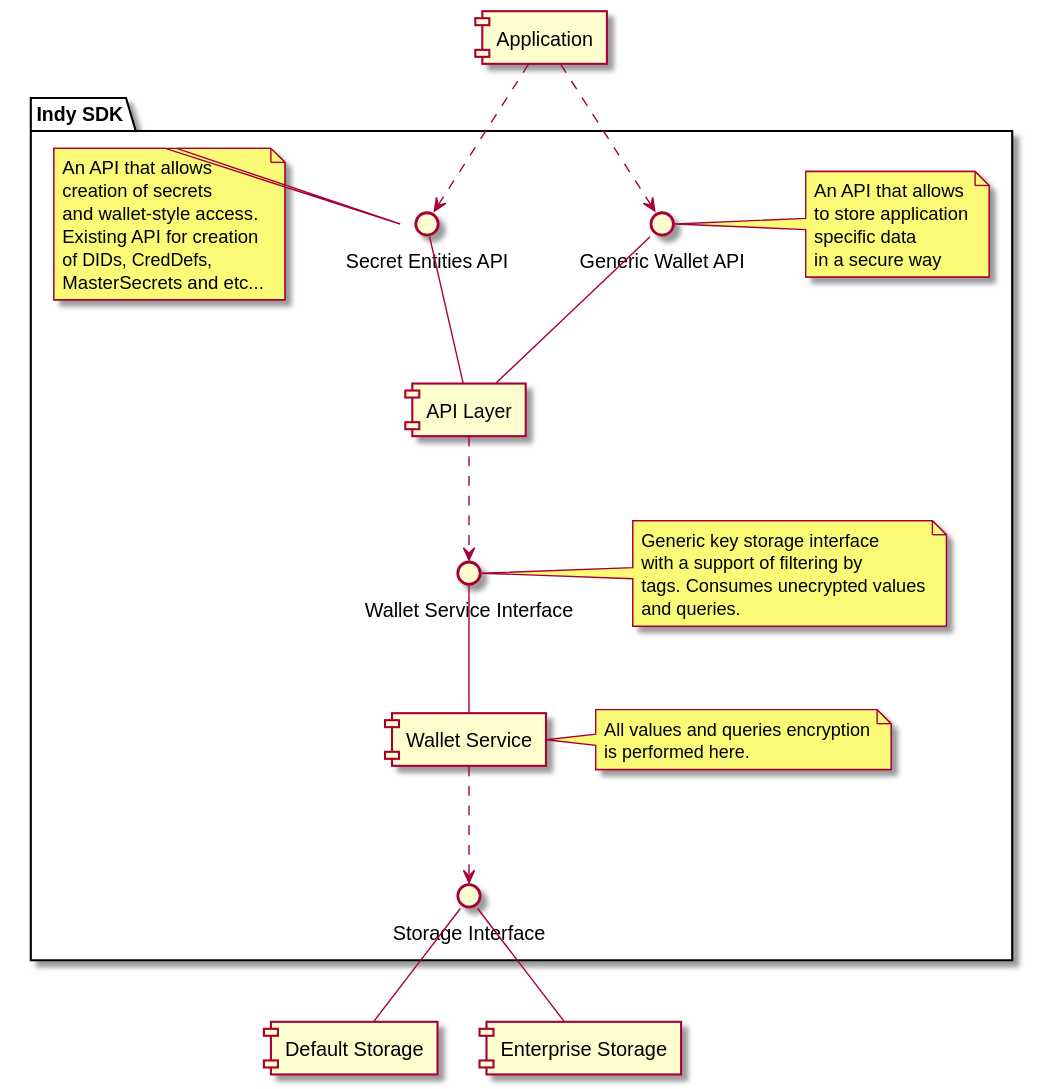
Before: doc/design/wallet/wallet-components.svg, a diagram exported from PlantUML (hyperledger-archives/indy-sdk).
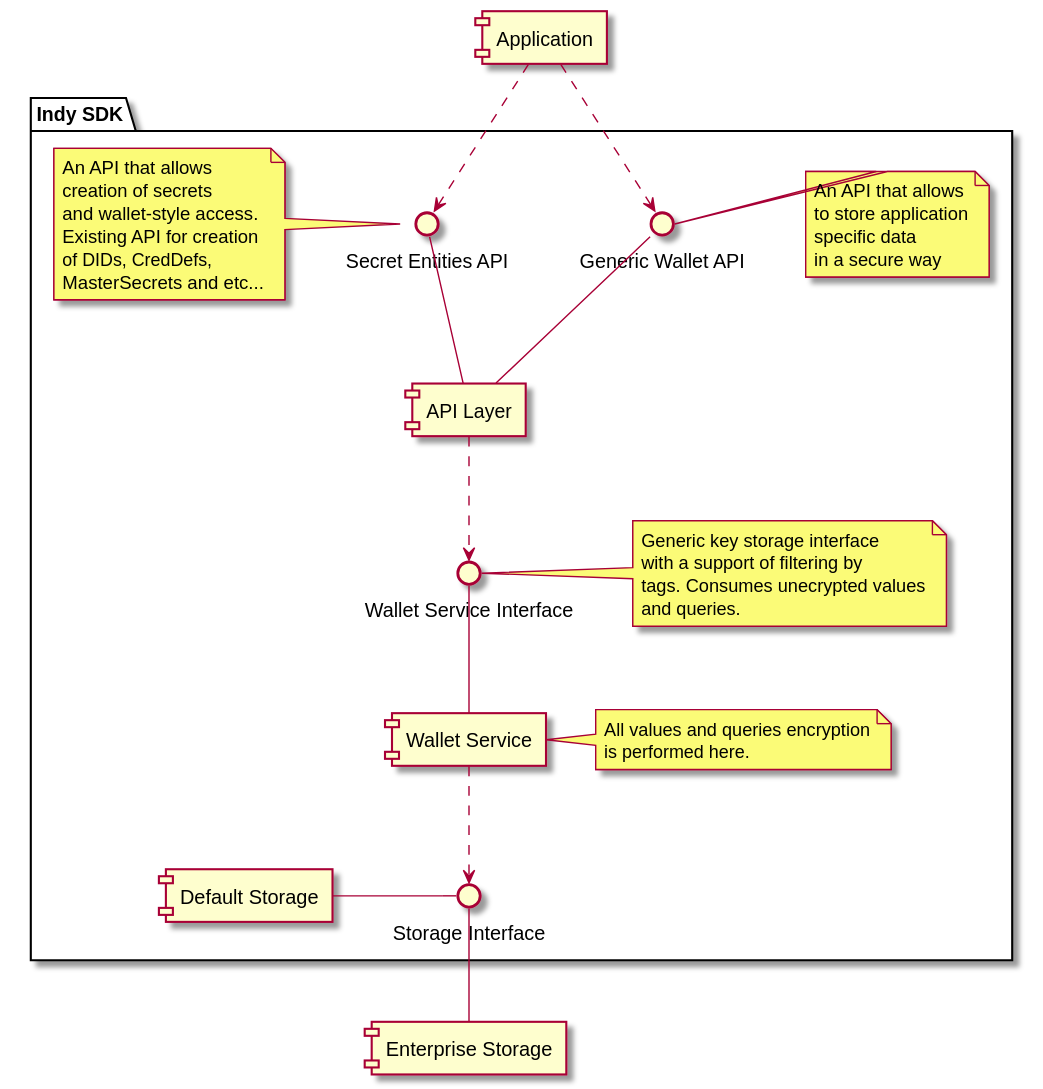
The same diagram one commit later.

Commit message:
* Put default wallet to indy sdk package

Diff of the diagram source:
```diff
@@ -49,10 +49,10 @@
 
     () "Storage Interface" as i_storage_api
     wallet_service ..> i_storage_api
+
+    [Default Storage] as default_storage
+    default_storage - i_storage_api
 }
-
-[Default Storage] as default_storage
-i_storage_api -- default_storage
 
 [Enterprise Storage] as enterprise_storage
 i_storage_api -- enterprise_storage
```
